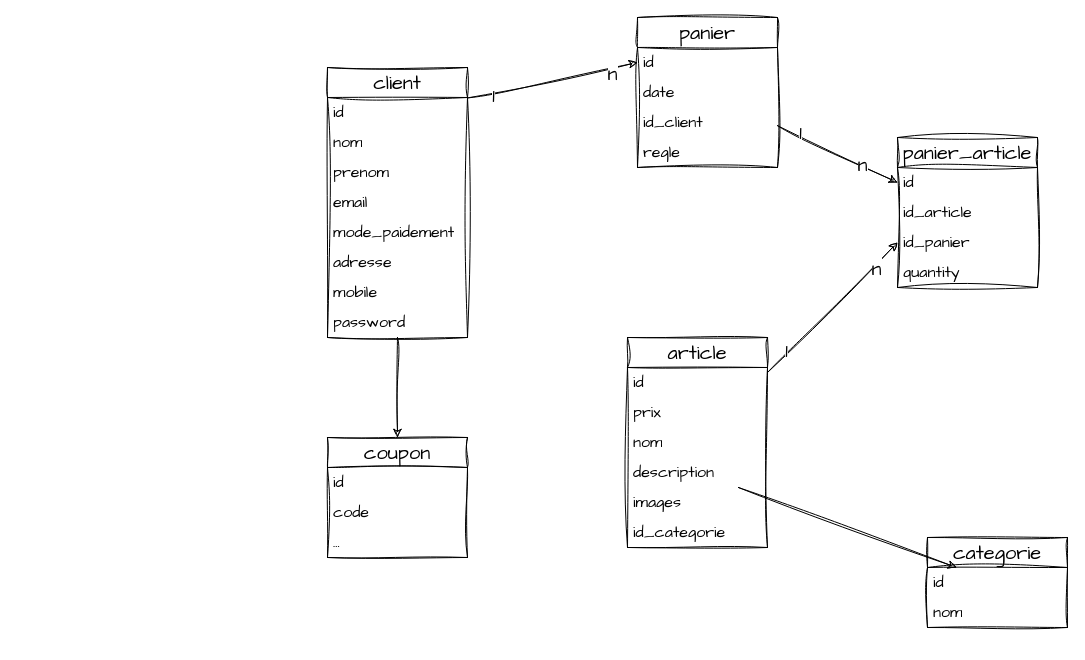
This is _process/_dataBase.drawio from zoobo-jose/B-construction, a draw.io file, before an edit. Source tidied: cells renumbered, new cells numbered last; positions are measured from the earlier drawing's top-left corner, leaving out a move shared by most shapes. Both pictures are drawn from the tidied source at 100%, with x=0, y=0 at pixel (327, 17).
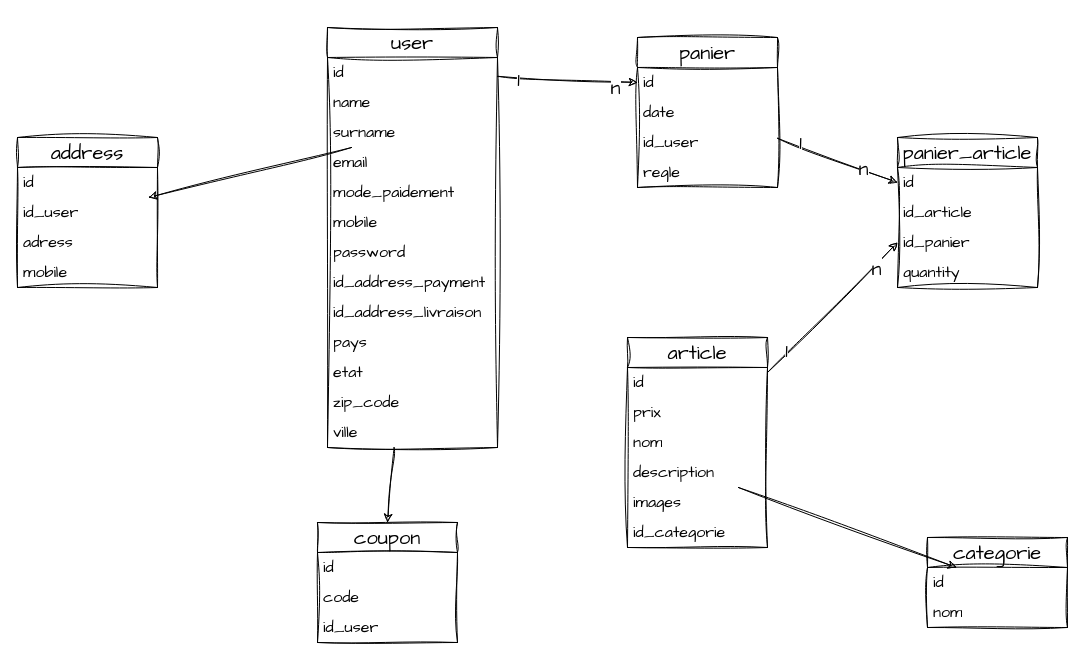
Above is the later version.

Commit message (it also covers changes not shown here):
add attribute to user

What changed in the source:
```diff
@@
-    <mxCell id="3" value="client" style="swimlane;fontStyle=0;horizontal=1;startSize=30;whiteSpace=wrap;html=1;sketch=1;hachureGap=4;jiggle=2;curveFitting=1;fontFamily=Architects Daughter;fontSize=20;" parent="1" vertex="1">
-      <mxGeometry y="50" width="140" height="270" as="geometry" />
+    <mxCell id="3" value="user" style="swimlane;fontStyle=0;horizontal=1;startSize=30;whiteSpace=wrap;html=1;sketch=1;hachureGap=4;jiggle=2;curveFitting=1;fontFamily=Architects Daughter;fontSize=20;" parent="1" vertex="1">
+      <mxGeometry y="10" width="170" height="420" as="geometry" />
     </mxCell>
     <mxCell id="4" value="id" style="text;strokeColor=none;fillColor=none;align=left;verticalAlign=middle;spacingLeft=4;spacingRight=4;overflow=hidden;points=[[0,0.5],[1,0.5]];portConstraint=eastwest;whiteSpace=wrap;html=1;fontSize=16;sketch=1;hachureGap=4;jiggle=2;curveFitting=1;fontFamily=Architects Daughter;" parent="3" vertex="1">
-      <mxGeometry y="30" width="140" height="30" as="geometry" />
+      <mxGeometry y="30" width="170" height="30" as="geometry" />
     </mxCell>
-    <mxCell id="5" value="nom" style="text;strokeColor=none;fillColor=none;align=left;verticalAlign=middle;spacingLeft=4;spacingRight=4;overflow=hidden;whiteSpace=wrap;html=1;fontSize=16;sketch=1;hachureGap=4;jiggle=2;curveFitting=1;fontFamily=Architects Daughter;" parent="3" vertex="1">
-      <mxGeometry y="60" width="140" height="30" as="geometry" />
+    <mxCell id="5" value="name" style="text;strokeColor=none;fillColor=none;align=left;verticalAlign=middle;spacingLeft=4;spacingRight=4;overflow=hidden;whiteSpace=wrap;html=1;fontSize=16;sketch=1;hachureGap=4;jiggle=2;curveFitting=1;fontFamily=Architects Daughter;" parent="3" vertex="1">
+      <mxGeometry y="60" width="170" height="30" as="geometry" />
     </mxCell>
-    <mxCell id="6" value="prenom" style="text;strokeColor=none;fillColor=none;align=left;verticalAlign=middle;spacingLeft=4;spacingRight=4;overflow=hidden;points=[[0,0.5],[1,0.5]];portConstraint=eastwest;whiteSpace=wrap;html=1;fontSize=16;sketch=1;hachureGap=4;jiggle=2;curveFitting=1;fontFamily=Architects Daughter;" parent="3" vertex="1">
-      <mxGeometry y="90" width="140" height="30" as="geometry" />
+    <mxCell id="6" value="surname" style="text;strokeColor=none;fillColor=none;align=left;verticalAlign=middle;spacingLeft=4;spacingRight=4;overflow=hidden;points=[[0,0.5],[1,0.5]];portConstraint=eastwest;whiteSpace=wrap;html=1;fontSize=16;sketch=1;hachureGap=4;jiggle=2;curveFitting=1;fontFamily=Architects Daughter;" parent="3" vertex="1">
+      <mxGeometry y="90" width="170" height="30" as="geometry" />
     </mxCell>
     <mxCell id="7" value="email" style="text;strokeColor=none;fillColor=none;align=left;verticalAlign=middle;spacingLeft=4;spacingRight=4;overflow=hidden;whiteSpace=wrap;html=1;fontSize=16;sketch=1;hachureGap=4;jiggle=2;curveFitting=1;fontFamily=Architects Daughter;" parent="3" vertex="1">
-      <mxGeometry y="120" width="140" height="30" as="geometry" />
+      <mxGeometry y="120" width="170" height="30" as="geometry" />
     </mxCell>
     <mxCell id="8" value="mode_paidement" style="text;strokeColor=none;fillColor=none;align=left;verticalAlign=middle;spacingLeft=4;spacingRight=4;overflow=hidden;whiteSpace=wrap;html=1;fontSize=16;sketch=1;hachureGap=4;jiggle=2;curveFitting=1;fontFamily=Architects Daughter;" parent="3" vertex="1">
-      <mxGeometry y="150" width="140" height="30" as="geometry" />
+      <mxGeometry y="150" width="170" height="30" as="geometry" />
     </mxCell>
-    <mxCell id="9" value="adresse" style="text;strokeColor=none;fillColor=none;align=left;verticalAlign=middle;spacingLeft=4;spacingRight=4;overflow=hidden;whiteSpace=wrap;html=1;fontSize=16;sketch=1;hachureGap=4;jiggle=2;curveFitting=1;fontFamily=Architects Daughter;" parent="3" vertex="1">
-      <mxGeometry y="180" width="140" height="30" as="geometry" />
-    </mxCell>
     <mxCell id="10" value="mobile&lt;br&gt;" style="text;strokeColor=none;fillColor=none;align=left;verticalAlign=middle;spacingLeft=4;spacingRight=4;overflow=hidden;whiteSpace=wrap;html=1;fontSize=16;sketch=1;hachureGap=4;jiggle=2;curveFitting=1;fontFamily=Architects Daughter;" parent="3" vertex="1">
-      <mxGeometry y="210" width="140" height="30" as="geometry" />
+      <mxGeometry y="180" width="170" height="30" as="geometry" />
     </mxCell>
     <mxCell id="11" value="password" style="text;strokeColor=none;fillColor=none;align=left;verticalAlign=middle;spacingLeft=4;spacingRight=4;overflow=hidden;whiteSpace=wrap;html=1;fontSize=16;sketch=1;hachureGap=4;jiggle=2;curveFitting=1;fontFamily=Architects Daughter;" parent="3" vertex="1">
-      <mxGeometry y="240" width="140" height="30" as="geometry" />
+      <mxGeometry y="210" width="170" height="30" as="geometry" />
     </mxCell>
+    <mxCell id="47" value="id_address_payment" style="text;strokeColor=none;fillColor=none;align=left;verticalAlign=middle;spacingLeft=4;spacingRight=4;overflow=hidden;whiteSpace=wrap;html=1;fontSize=16;sketch=1;hachureGap=4;jiggle=2;curveFitting=1;fontFamily=Architects Daughter;" parent="3" vertex="1">
+      <mxGeometry y="240" width="170" height="30" as="geometry" />
+    </mxCell>
+    <mxCell id="48" value="id_address_livraison" style="text;strokeColor=none;fillColor=none;align=left;verticalAlign=middle;spacingLeft=4;spacingRight=4;overflow=hidden;whiteSpace=wrap;html=1;fontSize=16;sketch=1;hachureGap=4;jiggle=2;curveFitting=1;fontFamily=Architects Daughter;" parent="3" vertex="1">
+      <mxGeometry y="270" width="170" height="30" as="geometry" />
+    </mxCell>
+    <mxCell id="49" value="pays" style="text;strokeColor=none;fillColor=none;align=left;verticalAlign=middle;spacingLeft=4;spacingRight=4;overflow=hidden;whiteSpace=wrap;html=1;fontSize=16;sketch=1;hachureGap=4;jiggle=2;curveFitting=1;fontFamily=Architects Daughter;" parent="3" vertex="1">
+      <mxGeometry y="300" width="170" height="30" as="geometry" />
+    </mxCell>
+    <mxCell id="50" value="etat" style="text;strokeColor=none;fillColor=none;align=left;verticalAlign=middle;spacingLeft=4;spacingRight=4;overflow=hidden;whiteSpace=wrap;html=1;fontSize=16;sketch=1;hachureGap=4;jiggle=2;curveFitting=1;fontFamily=Architects Daughter;" parent="3" vertex="1">
+      <mxGeometry y="330" width="170" height="30" as="geometry" />
+    </mxCell>
+    <mxCell id="51" value="zip_code" style="text;strokeColor=none;fillColor=none;align=left;verticalAlign=middle;spacingLeft=4;spacingRight=4;overflow=hidden;whiteSpace=wrap;html=1;fontSize=16;sketch=1;hachureGap=4;jiggle=2;curveFitting=1;fontFamily=Architects Daughter;" parent="3" vertex="1">
+      <mxGeometry y="360" width="170" height="30" as="geometry" />
+    </mxCell>
+    <mxCell id="52" value="ville" style="text;strokeColor=none;fillColor=none;align=left;verticalAlign=middle;spacingLeft=4;spacingRight=4;overflow=hidden;whiteSpace=wrap;html=1;fontSize=16;sketch=1;hachureGap=4;jiggle=2;curveFitting=1;fontFamily=Architects Daughter;" parent="3" vertex="1">
+      <mxGeometry y="390" width="170" height="30" as="geometry" />
+    </mxCell>
@@
     <mxCell id="16" value="panier" style="swimlane;fontStyle=0;horizontal=1;startSize=30;whiteSpace=wrap;html=1;sketch=1;hachureGap=4;jiggle=2;curveFitting=1;fontFamily=Architects Daughter;fontSize=20;" parent="1" vertex="1">
-      <mxGeometry x="310" width="140" height="150" as="geometry" />
+      <mxGeometry x="310" y="20" width="140" height="150" as="geometry" />
     </mxCell>
@@
-    <mxCell id="19" value="id_client" style="text;strokeColor=none;fillColor=none;align=left;verticalAlign=middle;spacingLeft=4;spacingRight=4;overflow=hidden;whiteSpace=wrap;html=1;fontSize=16;sketch=1;hachureGap=4;jiggle=2;curveFitting=1;fontFamily=Architects Daughter;" parent="16" vertex="1">
+    <mxCell id="19" value="id_user" style="text;strokeColor=none;fillColor=none;align=left;verticalAlign=middle;spacingLeft=4;spacingRight=4;overflow=hidden;whiteSpace=wrap;html=1;fontSize=16;sketch=1;hachureGap=4;jiggle=2;curveFitting=1;fontFamily=Architects Daughter;" parent="16" vertex="1">
       <mxGeometry y="90" width="140" height="30" as="geometry" />
     </mxCell>
@@
     <mxCell id="39" value="coupon" style="swimlane;fontStyle=0;horizontal=1;startSize=30;whiteSpace=wrap;html=1;sketch=1;hachureGap=4;jiggle=2;curveFitting=1;fontFamily=Architects Daughter;fontSize=20;" parent="1" vertex="1">
-      <mxGeometry y="420" width="140" height="120" as="geometry" />
+      <mxGeometry x="-10" y="505" width="140" height="120" as="geometry" />
     </mxCell>
@@
-    <mxCell id="42" value="..." style="text;strokeColor=none;fillColor=none;align=left;verticalAlign=middle;spacingLeft=4;spacingRight=4;overflow=hidden;whiteSpace=wrap;html=1;fontSize=16;sketch=1;hachureGap=4;jiggle=2;curveFitting=1;fontFamily=Architects Daughter;" parent="39" vertex="1">
+    <mxCell id="42" value="id_user" style="text;strokeColor=none;fillColor=none;align=left;verticalAlign=middle;spacingLeft=4;spacingRight=4;overflow=hidden;whiteSpace=wrap;html=1;fontSize=16;sketch=1;hachureGap=4;jiggle=2;curveFitting=1;fontFamily=Architects Daughter;" parent="39" vertex="1">
       <mxGeometry y="90" width="140" height="30" as="geometry" />
     </mxCell>
@@
+    <mxCell id="53" value="address" style="swimlane;fontStyle=0;horizontal=1;startSize=30;whiteSpace=wrap;html=1;sketch=1;hachureGap=4;jiggle=2;curveFitting=1;fontFamily=Architects Daughter;fontSize=20;" parent="1" vertex="1">
+      <mxGeometry x="-310" y="120" width="140" height="150" as="geometry" />
+    </mxCell>
+    <mxCell id="54" value="id" style="text;strokeColor=none;fillColor=none;align=left;verticalAlign=middle;spacingLeft=4;spacingRight=4;overflow=hidden;whiteSpace=wrap;html=1;fontSize=16;sketch=1;hachureGap=4;jiggle=2;curveFitting=1;fontFamily=Architects Daughter;" parent="53" vertex="1">
+      <mxGeometry y="30" width="140" height="30" as="geometry" />
+    </mxCell>
+    <mxCell id="55" value="id_user" style="text;strokeColor=none;fillColor=none;align=left;verticalAlign=middle;spacingLeft=4;spacingRight=4;overflow=hidden;points=[[0,0.5],[1,0.5]];portConstraint=eastwest;whiteSpace=wrap;html=1;fontSize=16;sketch=1;hachureGap=4;jiggle=2;curveFitting=1;fontFamily=Architects Daughter;" parent="53" vertex="1">
+      <mxGeometry y="60" width="140" height="30" as="geometry" />
+    </mxCell>
+    <mxCell id="56" value="adress" style="text;strokeColor=none;fillColor=none;align=left;verticalAlign=middle;spacingLeft=4;spacingRight=4;overflow=hidden;whiteSpace=wrap;html=1;fontSize=16;sketch=1;hachureGap=4;jiggle=2;curveFitting=1;fontFamily=Architects Daughter;" parent="53" vertex="1">
+      <mxGeometry y="90" width="140" height="30" as="geometry" />
+    </mxCell>
+    <mxCell id="57" value="mobile" style="text;strokeColor=none;fillColor=none;align=left;verticalAlign=middle;spacingLeft=4;spacingRight=4;overflow=hidden;whiteSpace=wrap;html=1;fontSize=16;sketch=1;hachureGap=4;jiggle=2;curveFitting=1;fontFamily=Architects Daughter;" parent="53" vertex="1">
+      <mxGeometry y="120" width="140" height="30" as="geometry" />
+    </mxCell>
+    <mxCell id="58" style="edgeStyle=none;sketch=1;hachureGap=4;jiggle=2;curveFitting=1;html=1;fontFamily=Architects Daughter;fontSize=16;" parent="1" edge="1" source="6" target="55">
+      <mxGeometry relative="1" as="geometry" />
+    </mxCell>
```
